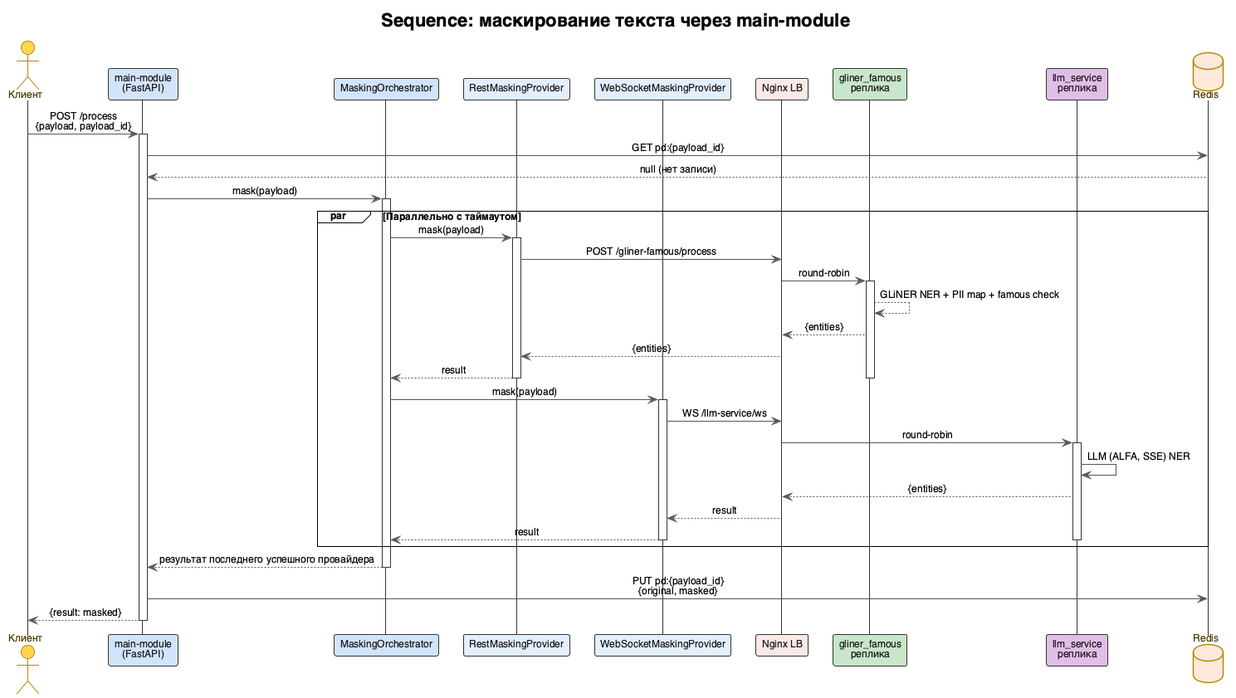
Earlier version of the PlantUML export docs/sequence.png (FightingFox/alfa_hack). The source it was exported from:
```plantuml
@startuml sequence
!theme plain
title Sequence: маскирование текста через main-module

skinparam shadowing false
skinparam defaultFontName "Helvetica"
skinparam defaultFontSize 12
skinparam sequence {
    ArrowColor #555555
    MessageAlign center
    LifeLineBorderColor #333333
}
skinparam actor {
    BackgroundColor #FFD54F
    BorderColor #B8860B
    FontColor #4A3B00
}
skinparam participant {
    BackgroundColor #FFFFFF
    BorderColor #333333
    FontColor #1A1A1A
}
skinparam database {
    BackgroundColor #FDE9D9
    BorderColor #B8860B
    FontColor #4A3B00
}

actor "Клиент" as Client
participant "main-module\n(FastAPI)" as Main #D2E3FC
participant "MaskingOrchestrator" as Orch #D2E3FC
participant "RestMaskingProvider" as Rest #E3EEFF
participant "WebSocketMaskingProvider" as Ws #E3EEFF
participant "Nginx LB" as LB #FCE8E6
participant "gliner_famous\nреплика" as Gliner #C8E6C9
participant "llm_service\nреплика" as Llm #E1BEE7
database "Redis" as Redis #FDE9D9

Client -> Main : POST /process\n{payload, payload_id}
activate Main

Main -> Redis : GET pd:{payload_id}
Redis --> Main : null (нет записи)

Main -> Orch : mask(payload)
activate Orch

par Параллельно с таймаутом
    Orch -> Rest : mask(payload)
    activate Rest
    Rest -> LB : POST /gliner-famous/process
    LB -> Gliner : round-robin
    activate Gliner
    Gliner --> Gliner : GLiNER NER + PII map + famous check
    Gliner --> LB : {entities}
    LB --> Rest : {entities}
    Rest --> Orch : result
    deactivate Rest
    deactivate Gliner

    Orch -> Ws : mask(payload)
    activate Ws
    Ws -> LB : WS /llm-service/ws
    LB -> Llm : round-robin
    activate Llm
    Llm -> Llm : LLM (ALFA, SSE) NER
    Llm --> LB : {entities}
    LB --> Ws : result
    Ws --> Orch : result
    deactivate Ws
    deactivate Llm
end

Orch --> Main : результат последнего успешного провайдера
deactivate Orch

Main -> Redis : PUT pd:{payload_id}\n{original, masked}
Main --> Client : {result: masked}
deactivate Main

@enduml
```
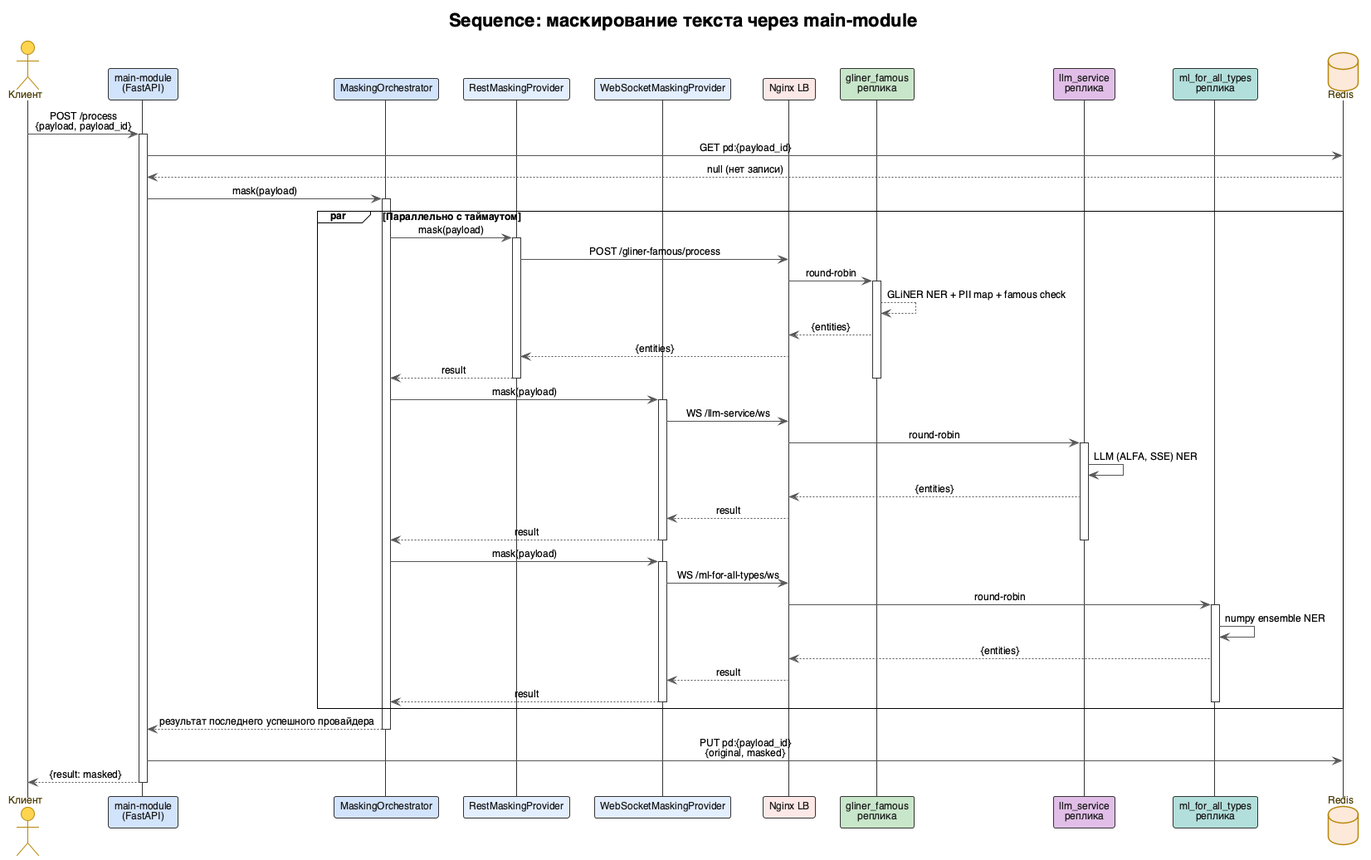
After the change.

Commit message:
Add ml_for_all_types to architecture diagrams

What changed in the source:
```diff
@@ -34,6 +34,7 @@
 participant "Nginx LB" as LB #FCE8E6
 participant "gliner_famous\nреплика" as Gliner #C8E6C9
 participant "llm_service\nреплика" as Llm #E1BEE7
+participant "ml_for_all_types\nреплика" as Ml #B2DFDB
 database "Redis" as Redis #FDE9D9
 
 Client -> Main : POST /process\n{payload, payload_id}
@@ -69,6 +70,18 @@
     Ws --> Orch : result
     deactivate Ws
     deactivate Llm
+
+    Orch -> Ws : mask(payload)
+    activate Ws
+    Ws -> LB : WS /ml-for-all-types/ws
+    LB -> Ml : round-robin
+    activate Ml
+    Ml -> Ml : numpy ensemble NER
+    Ml --> LB : {entities}
+    LB --> Ws : result
+    Ws --> Orch : result
+    deactivate Ws
+    deactivate Ml
 end
 
 Orch --> Main : результат последнего успешного провайдера
```
